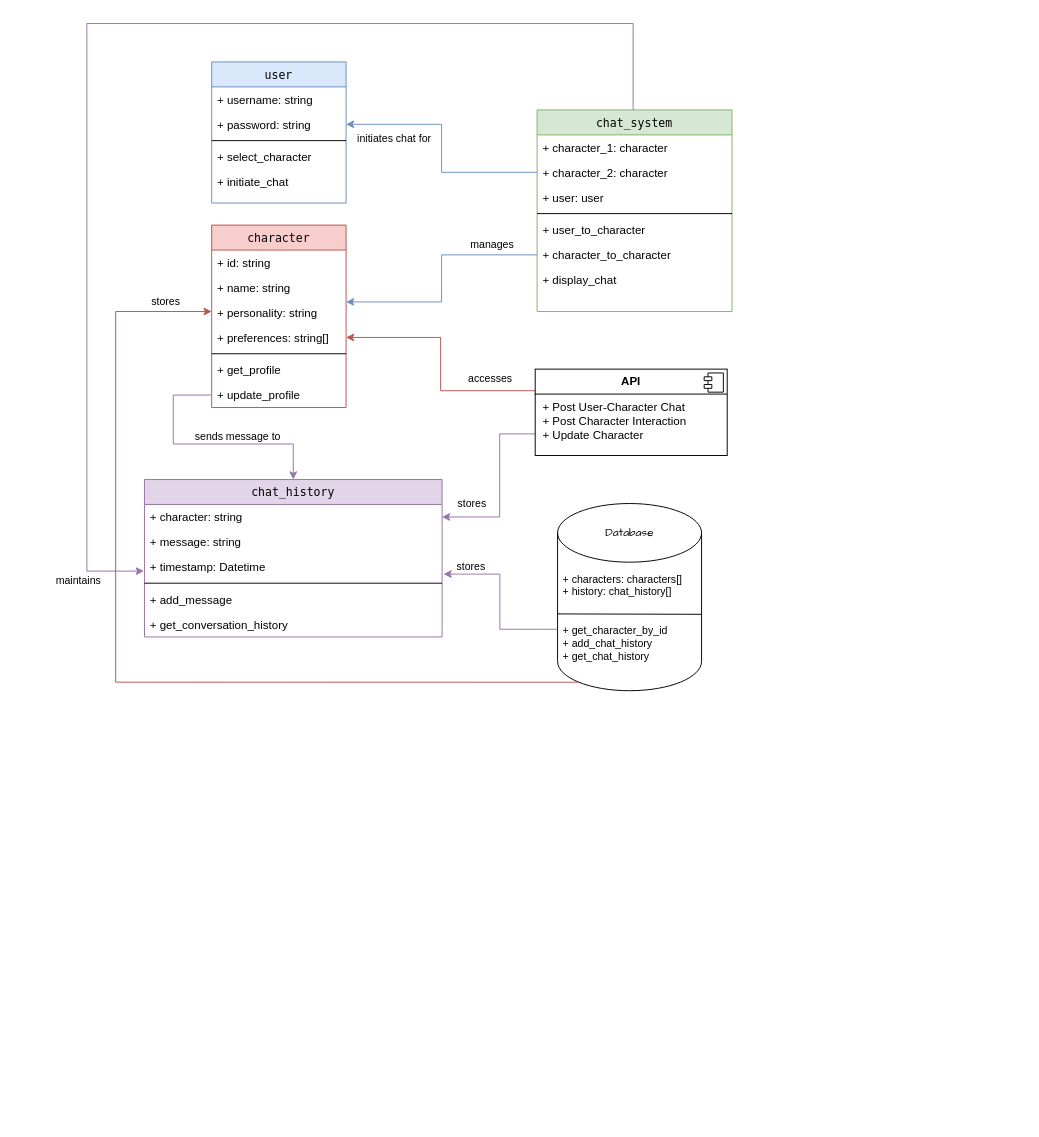
Above: Class diagram.drawio in aminnademi/AIrium (draw.io), before the change. Source tidied: cells renumbered, new cells numbered last; positions are measured from the earlier drawing's top-left corner, leaving out a move shared by most shapes. Both pictures are drawn from the tidied source at 96%, with x=0, y=0 at pixel (86, 23).
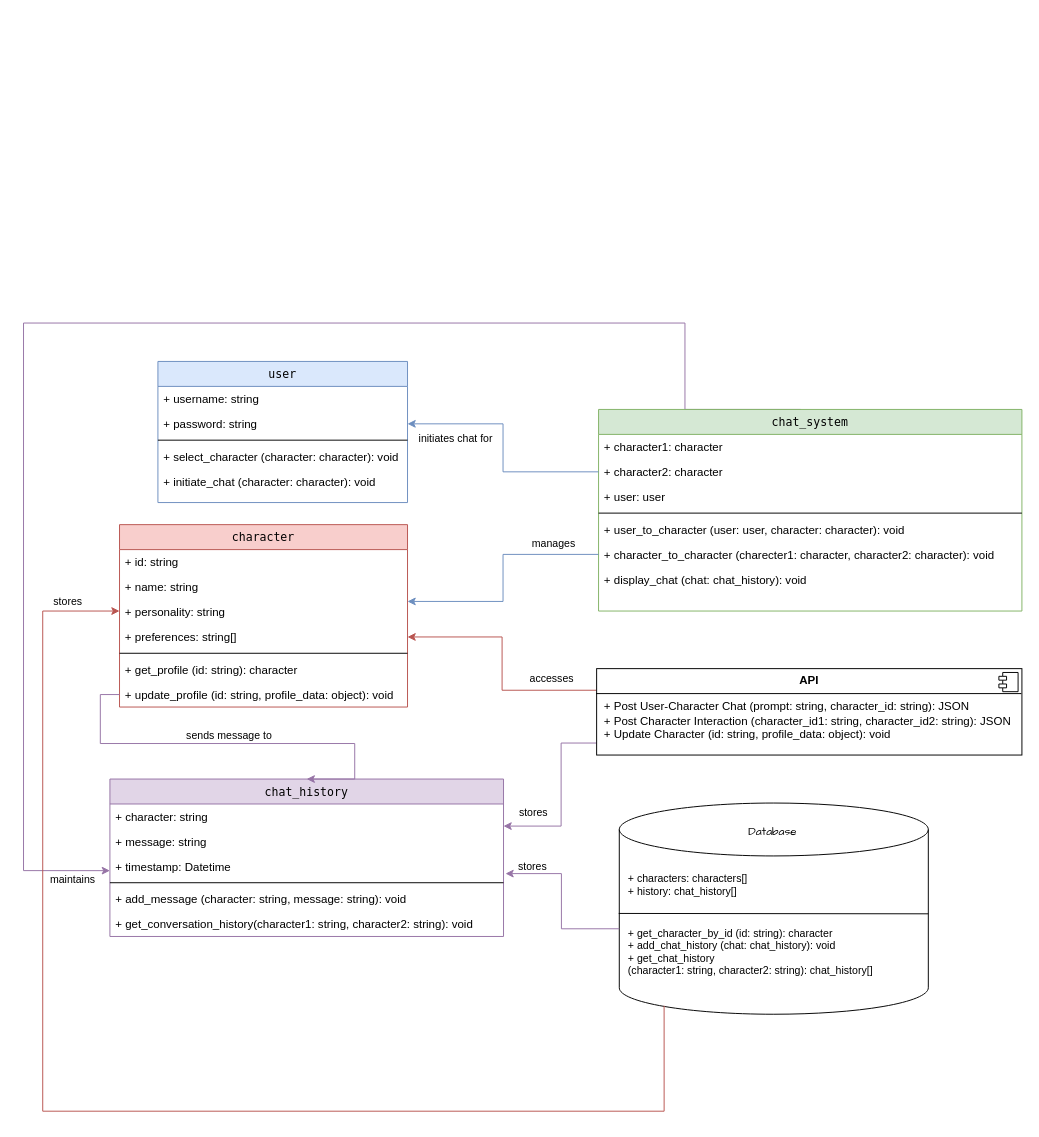
The same page after the edit.

Commit message:
Update & Add Possible Methods' Inputs/Outputs In Front of Them In Diagram

What changed in the source:
```diff
@@
     <mxCell id="2" value="user" style="swimlane;fontStyle=0;align=center;verticalAlign=top;horizontal=1;startSize=26;rounded=0;shadow=0;strokeWidth=1;fillColor=#dae8fc;strokeColor=#6c8ebf;fontFamily=Lucida Console;" parent="1" vertex="1">
-      <mxGeometry x="130" y="40" width="140" height="147" as="geometry" />
+      <mxGeometry x="74" y="352" width="260" height="147" as="geometry" />
     </mxCell>
     <mxCell id="3" value="+ username: string" style="text;align=left;verticalAlign=top;spacingLeft=4;spacingRight=4;overflow=hidden;" parent="2" vertex="1">
-      <mxGeometry y="26" width="140" height="26" as="geometry" />
+      <mxGeometry y="26" width="260" height="26" as="geometry" />
     </mxCell>
     <mxCell id="4" value="+ password: string" style="text;align=left;verticalAlign=top;spacingLeft=4;spacingRight=4;overflow=hidden;points=[[0,0.5],[1,0.5]];portConstraint=eastwest;rounded=0;shadow=0;html=0;" parent="2" vertex="1">
-      <mxGeometry y="52" width="140" height="26" as="geometry" />
+      <mxGeometry y="52" width="260" height="26" as="geometry" />
     </mxCell>
     <mxCell id="5" style="line;html=1;strokeWidth=1;align=left;verticalAlign=middle;spacingTop=-1;spacingLeft=3;spacingRight=3;labelPosition=right;" parent="2" vertex="1">
-      <mxGeometry y="78" width="140" height="8" as="geometry" />
+      <mxGeometry y="78" width="260" height="8" as="geometry" />
     </mxCell>
-    <mxCell id="6" value="+ select_character" style="text;align=left;verticalAlign=top;spacingLeft=4;spacingRight=4;overflow=hidden;" parent="2" vertex="1">
-      <mxGeometry y="86" width="140" height="26" as="geometry" />
+    <mxCell id="6" value="+ select_character (character: character): void" style="text;align=left;verticalAlign=top;spacingLeft=4;spacingRight=4;overflow=hidden;" parent="2" vertex="1">
+      <mxGeometry y="86" width="260" height="26" as="geometry" />
     </mxCell>
-    <mxCell id="7" value="+ initiate_chat" style="text;align=left;verticalAlign=top;spacingLeft=4;spacingRight=4;overflow=hidden;" parent="2" vertex="1">
-      <mxGeometry y="112" width="140" height="26" as="geometry" />
+    <mxCell id="7" value="+ initiate_chat (character: character): void" style="text;align=left;verticalAlign=top;spacingLeft=4;spacingRight=4;overflow=hidden;" parent="2" vertex="1">
+      <mxGeometry y="112" width="260" height="26" as="geometry" />
     </mxCell>
-    <mxCell id="8" value="maintains" style="edgeStyle=orthogonalEdgeStyle;rounded=0;jettySize=auto;html=1;exitX=0.5;exitY=0;exitDx=0;exitDy=0;entryX=-0.002;entryY=0.67;entryDx=0;entryDy=0;entryPerimeter=0;fillColor=#e1d5e7;strokeColor=#9673a6;" parent="1" edge="1" source="9" target="41">
-      <mxGeometry x="0.91" y="-14" relative="1" as="geometry">
+    <mxCell id="8" value="maintains" style="edgeStyle=orthogonalEdgeStyle;rounded=0;jettySize=auto;html=1;exitX=0.5;exitY=0;exitDx=0;exitDy=0;entryX=0;entryY=0.67;entryDx=0;entryDy=0;entryPerimeter=0;fillColor=#e1d5e7;strokeColor=#9673a6;" parent="1" edge="1" target="41">
+      <mxGeometry x="0.95" y="-10" relative="1" as="geometry">
+        <mxPoint x="743.5" y="402" as="sourcePoint" />
         <Array as="points">
-          <mxPoint x="569" />
-          <mxPoint />
-          <mxPoint y="570" />
+          <mxPoint x="623" y="402" />
+          <mxPoint x="623" y="312" />
+          <mxPoint x="-66" y="312" />
+          <mxPoint x="-66" y="882" />
         </Array>
-        <mxPoint x="-10" y="-4" as="offset" />
       </mxGeometry>
     </mxCell>
     <mxCell id="9" value="chat_system" style="swimlane;fontStyle=0;align=center;verticalAlign=top;horizontal=1;startSize=26;rounded=0;shadow=0;strokeWidth=1;fillColor=#d5e8d4;strokeColor=#82b366;fontFamily=Lucida Console;" parent="1" vertex="1">
-      <mxGeometry x="469" y="90" width="203" height="210" as="geometry" />
+      <mxGeometry x="533" y="402" width="441" height="210" as="geometry" />
     </mxCell>
-    <mxCell id="10" value="+ character_1: character" style="text;align=left;verticalAlign=top;spacingLeft=4;spacingRight=4;overflow=hidden;" parent="9" vertex="1">
-      <mxGeometry y="26" width="203" height="26" as="geometry" />
+    <mxCell id="10" value="+ character1: character" style="text;align=left;verticalAlign=top;spacingLeft=4;spacingRight=4;overflow=hidden;" parent="9" vertex="1">
+      <mxGeometry y="26" width="441" height="26" as="geometry" />
     </mxCell>
-    <mxCell id="11" value="+ character_2: character" style="text;align=left;verticalAlign=top;spacingLeft=4;spacingRight=4;overflow=hidden;points=[[0,0.5],[1,0.5]];portConstraint=eastwest;rounded=0;shadow=0;html=0;" parent="9" vertex="1">
-      <mxGeometry y="52" width="203" height="26" as="geometry" />
+    <mxCell id="11" value="+ character2: character" style="text;align=left;verticalAlign=top;spacingLeft=4;spacingRight=4;overflow=hidden;points=[[0,0.5],[1,0.5]];portConstraint=eastwest;rounded=0;shadow=0;html=0;" parent="9" vertex="1">
+      <mxGeometry y="52" width="441" height="26" as="geometry" />
     </mxCell>
     <mxCell id="12" value="+ user: user" style="text;align=left;verticalAlign=top;spacingLeft=4;spacingRight=4;overflow=hidden;rounded=0;shadow=0;html=0;" parent="9" vertex="1">
-      <mxGeometry y="78" width="203" height="26" as="geometry" />
+      <mxGeometry y="78" width="441" height="26" as="geometry" />
     </mxCell>
     <mxCell id="13" style="line;html=1;strokeWidth=1;align=left;verticalAlign=middle;spacingTop=-1;spacingLeft=3;spacingRight=3;labelPosition=right;" parent="9" vertex="1">
-      <mxGeometry y="104" width="203" height="8" as="geometry" />
+      <mxGeometry y="104" width="441" height="8" as="geometry" />
     </mxCell>
-    <mxCell id="14" value="+ user_to_character" style="text;align=left;verticalAlign=top;spacingLeft=4;spacingRight=4;overflow=hidden;" parent="9" vertex="1">
-      <mxGeometry y="112" width="203" height="26" as="geometry" />
+    <mxCell id="14" value="+ user_to_character (user: user, character: character): void" style="text;align=left;verticalAlign=top;spacingLeft=4;spacingRight=4;overflow=hidden;" parent="9" vertex="1">
+      <mxGeometry y="112" width="441" height="26" as="geometry" />
     </mxCell>
-    <mxCell id="15" value="+ character_to_character" style="text;align=left;verticalAlign=top;spacingLeft=4;spacingRight=4;overflow=hidden;points=[[0,0.5],[1,0.5]];portConstraint=eastwest;" parent="9" vertex="1">
-      <mxGeometry y="138" width="203" height="26" as="geometry" />
+    <mxCell id="15" value="+ character_to_character (charecter1: character, character2: character): void" style="text;align=left;verticalAlign=top;spacingLeft=4;spacingRight=4;overflow=hidden;points=[[0,0.5],[1,0.5]];portConstraint=eastwest;" parent="9" vertex="1">
+      <mxGeometry y="138" width="441" height="26" as="geometry" />
     </mxCell>
-    <mxCell id="16" value="+ display_chat" style="text;align=left;verticalAlign=top;spacingLeft=4;spacingRight=4;overflow=hidden;" parent="9" vertex="1">
-      <mxGeometry y="164" width="203" height="26" as="geometry" />
+    <mxCell id="16" value="+ display_chat (chat: chat_history): void" style="text;align=left;verticalAlign=top;spacingLeft=4;spacingRight=4;overflow=hidden;" parent="9" vertex="1">
+      <mxGeometry y="164" width="441" height="26" as="geometry" />
     </mxCell>
     <mxCell id="17" value="character" style="swimlane;fontStyle=0;align=center;verticalAlign=top;horizontal=1;startSize=26;rounded=0;shadow=0;strokeWidth=1;fillColor=#f8cecc;strokeColor=#b85450;fontFamily=Lucida Console;" parent="1" vertex="1">
-      <mxGeometry x="130" y="210" width="140" height="190" as="geometry" />
+      <mxGeometry x="34" y="522" width="300" height="190" as="geometry" />
     </mxCell>
     <mxCell id="18" value="+ id: string" style="text;align=left;verticalAlign=top;spacingLeft=4;spacingRight=4;overflow=hidden;" parent="17" vertex="1">
-      <mxGeometry y="26" width="140" height="26" as="geometry" />
+      <mxGeometry y="26" width="300" height="26" as="geometry" />
     </mxCell>
     <mxCell id="19" value="+ name: string" style="text;align=left;verticalAlign=top;spacingLeft=4;spacingRight=4;overflow=hidden;" parent="17" vertex="1">
-      <mxGeometry y="52" width="140" height="26" as="geometry" />
+      <mxGeometry y="52" width="300" height="26" as="geometry" />
     </mxCell>
     <mxCell id="20" value="+ personality: string" style="text;align=left;verticalAlign=top;spacingLeft=4;spacingRight=4;overflow=hidden;points=[[0,0.5],[1,0.5]];portConstraint=eastwest;rounded=0;shadow=0;html=0;" parent="17" vertex="1">
-      <mxGeometry y="78" width="140" height="26" as="geometry" />
+      <mxGeometry y="78" width="300" height="26" as="geometry" />
     </mxCell>
     <mxCell id="21" value="+ preferences: string[]" style="text;align=left;verticalAlign=top;spacingLeft=4;spacingRight=4;overflow=hidden;points=[[0,0.5],[1,0.5]];portConstraint=eastwest;" parent="17" vertex="1">
-      <mxGeometry y="104" width="140" height="26" as="geometry" />
+      <mxGeometry y="104" width="300" height="26" as="geometry" />
     </mxCell>
     <mxCell id="22" style="line;html=1;strokeWidth=1;align=left;verticalAlign=middle;spacingTop=-1;spacingLeft=3;spacingRight=3;labelPosition=right;" parent="17" vertex="1">
-      <mxGeometry y="130" width="140" height="8" as="geometry" />
+      <mxGeometry y="130" width="300" height="8" as="geometry" />
     </mxCell>
-    <mxCell id="23" value="+ get_profile" style="text;align=left;verticalAlign=top;spacingLeft=4;spacingRight=4;overflow=hidden;" parent="17" vertex="1">
-      <mxGeometry y="138" width="140" height="26" as="geometry" />
+    <mxCell id="23" value="+ get_profile (id: string): character" style="text;align=left;verticalAlign=top;spacingLeft=4;spacingRight=4;overflow=hidden;" parent="17" vertex="1">
+      <mxGeometry y="138" width="300" height="26" as="geometry" />
     </mxCell>
-    <mxCell id="24" value="+ update_profile" style="text;align=left;verticalAlign=top;spacingLeft=4;spacingRight=4;overflow=hidden;points=[[0,0.5],[1,0.5]];portConstraint=eastwest;rounded=0;shadow=0;html=0;" parent="17" vertex="1">
-      <mxGeometry y="164" width="140" height="26" as="geometry" />
+    <mxCell id="24" value="+ update_profile (id: string, profile_data: object): void" style="text;align=left;verticalAlign=top;spacingLeft=4;spacingRight=4;overflow=hidden;points=[[0,0.5],[1,0.5]];portConstraint=eastwest;rounded=0;shadow=0;html=0;" parent="17" vertex="1">
+      <mxGeometry y="164" width="300" height="26" as="geometry" />
     </mxCell>
@@
-    <mxCell id="28" value="stores" style="edgeStyle=orthogonalEdgeStyle;rounded=0;jettySize=auto;html=1;exitX=0;exitY=0.75;exitDx=0;exitDy=0;entryX=1;entryY=0.5;entryDx=0;entryDy=0;fillColor=#e1d5e7;strokeColor=#9673a6;" parent="1" edge="1" source="29" target="39">
+    <mxCell id="28" value="stores" style="edgeStyle=orthogonalEdgeStyle;rounded=0;orthogonalLoop=1;jettySize=auto;html=1;exitX=0;exitY=0.75;exitDx=0;exitDy=0;entryX=1;entryY=0.5;entryDx=0;entryDy=0;fillColor=#e1d5e7;strokeColor=#9673a6;" parent="1" edge="1">
       <mxGeometry x="0.67" y="-14" relative="1" as="geometry">
+        <mxPoint x="531" y="749.5" as="sourcePoint" />
+        <mxPoint x="434" y="836" as="targetPoint" />
         <Array as="points">
-          <mxPoint x="430" y="428" />
-          <mxPoint x="430" y="514" />
+          <mxPoint x="494" y="750" />
+          <mxPoint x="494" y="836" />
         </Array>
       </mxGeometry>
     </mxCell>
-    <mxCell id="29" value="&lt;p style=&quot;margin:0px;margin-top:6px;text-align:center;&quot;&gt;&lt;b&gt;API&lt;/b&gt;&lt;/p&gt;&lt;hr size=&quot;1&quot; style=&quot;border-style:solid;&quot;&gt;&lt;p style=&quot;margin:0px;margin-left:8px;&quot;&gt;+ Post User-Character Chat&lt;br&gt;+ Post Character Interaction&lt;/p&gt;&lt;p style=&quot;margin:0px;margin-left:8px;&quot;&gt;+ Update Character&lt;/p&gt;" style="align=left;overflow=fill;html=1;whiteSpace=wrap;" parent="1" vertex="1">
-      <mxGeometry x="467" y="360" width="200" height="90" as="geometry" />
+    <mxCell id="29" value="&lt;p style=&quot;margin:0px;margin-top:6px;text-align:center;&quot;&gt;&lt;b&gt;API&lt;/b&gt;&lt;/p&gt;&lt;hr size=&quot;1&quot; style=&quot;border-style:solid;&quot;&gt;&lt;p style=&quot;margin:0px;margin-left:8px;&quot;&gt;+ Post User-Character Chat (prompt: string, character_id: string): JSON&lt;br&gt;+ Post Character Interaction (character_id1: string, character_id2: string): JSON&lt;/p&gt;&lt;p style=&quot;margin:0px;margin-left:8px;&quot;&gt;+ Update Character (id: string, profile_data: object): void&lt;/p&gt;" style="align=left;overflow=fill;html=1;whiteSpace=wrap;" parent="1" vertex="1">
+      <mxGeometry x="531" y="672" width="443" height="90" as="geometry" />
     </mxCell>
@@
     <mxCell id="31" style="group;" parent="1" vertex="1">
-      <mxGeometry x="490" y="500" width="153.8" height="195" as="geometry" />
+      <mxGeometry x="554" y="812" width="378.2" height="330" as="geometry" />
     </mxCell>
-    <mxCell id="32" style="shape=cylinder3;whiteSpace=wrap;html=1;boundedLbl=1;backgroundOutline=1;size=30.56058756510413;" parent="31" vertex="1">
-      <mxGeometry x="0.3" width="150" height="195" as="geometry" />
+    <mxCell id="32" style="shape=cylinder3;whiteSpace=wrap;html=1;boundedLbl=1;backgroundOutline=1;size=27.55560302734375;" parent="31" vertex="1">
+      <mxGeometry x="0.6" width="321.9" height="220" as="geometry" />
     </mxCell>
     <mxCell id="33" value="&lt;font face=&quot;Comic Sans MS&quot;&gt;Database&lt;/font&gt;" style="text;html=1;align=center;verticalAlign=middle;strokeColor=none;fillColor=none;" parent="31" vertex="1">
-      <mxGeometry x="35.3" y="15" width="80" height="30" as="geometry" />
+      <mxGeometry x="120" y="15" width="80" height="30" as="geometry" />
     </mxCell>
     <mxCell id="34" style="endArrow=none;html=1;rounded=0;entryX=0;entryY=0.5;entryDx=0;entryDy=0;entryPerimeter=0;exitX=1.002;exitY=0.59;exitDx=0;exitDy=0;exitPerimeter=0;" parent="31" edge="1">
       <mxGeometry relative="1" as="geometry">
-        <mxPoint x="150.3" y="115.4" as="sourcePoint" />
+        <mxPoint x="322.5" y="115.4" as="sourcePoint" />
         <mxPoint y="115" as="targetPoint" />
       </mxGeometry>
     </mxCell>
     <mxCell id="35" value="&lt;font style=&quot;font-size: 11px;&quot;&gt;+ characters: characters[]&lt;/font&gt;&lt;div style=&quot;font-size: 11px;&quot;&gt;&lt;font style=&quot;font-size: 11px;&quot;&gt;+ history: chat_history[]&lt;/font&gt;&lt;/div&gt;" style="text;html=1;align=left;verticalAlign=middle;strokeColor=none;fillColor=none;" parent="31" vertex="1">
-      <mxGeometry x="3.8" y="65" width="150" height="40" as="geometry" />
+      <mxGeometry x="8.2" y="65" width="150" height="40" as="geometry" />
     </mxCell>
-    <mxCell id="36" value="&lt;font style=&quot;font-size: 11px;&quot;&gt;+ get_character_by_id&lt;/font&gt;&lt;div style=&quot;font-size: 11px;&quot;&gt;&lt;font style=&quot;font-size: 11px;&quot;&gt;+ add_chat_history&lt;/font&gt;&lt;/div&gt;&lt;div style=&quot;font-size: 11px;&quot;&gt;&lt;font style=&quot;font-size: 11px;&quot;&gt;+ get_chat_history&lt;/font&gt;&lt;/div&gt;" style="text;html=1;align=left;verticalAlign=middle;strokeColor=none;fillColor=none;" parent="31" vertex="1">
-      <mxGeometry x="3.8" y="120" width="130" height="50" as="geometry" />
+    <mxCell id="36" value="&lt;font style=&quot;font-size: 11px;&quot;&gt;+ get_character_by_id (id: string): character&lt;/font&gt;&lt;div style=&quot;font-size: 11px;&quot;&gt;&lt;font style=&quot;font-size: 11px;&quot;&gt;+ add_chat_history (chat: chat_history): void&lt;/font&gt;&lt;/div&gt;&lt;div style=&quot;font-size: 11px;&quot;&gt;&lt;font style=&quot;font-size: 11px;&quot;&gt;+ get_chat_history&amp;nbsp;&lt;/font&gt;&lt;/div&gt;&lt;div style=&quot;font-size: 11px;&quot;&gt;&lt;font style=&quot;font-size: 11px;&quot;&gt;(character1: string, character2: string): chat_history[]&lt;/font&gt;&lt;/div&gt;" style="text;html=1;align=left;verticalAlign=middle;strokeColor=none;fillColor=none;" parent="31" vertex="1">
+      <mxGeometry x="8.2" y="120" width="280" height="70" as="geometry" />
     </mxCell>
-    <mxCell id="37" style="edgeStyle=orthogonalEdgeStyle;rounded=0;orthogonalLoop=1;jettySize=auto;html=1;exitX=0.5;exitY=1;exitDx=0;exitDy=0;exitPerimeter=0;" parent="31" edge="1" source="32" target="32">
-      <mxGeometry relative="1" as="geometry" />
-    </mxCell>
     <mxCell id="38" value="chat_history" style="swimlane;fontStyle=0;align=center;verticalAlign=top;horizontal=1;startSize=26;rounded=0;shadow=0;strokeWidth=1;fillColor=#e1d5e7;strokeColor=#9673a6;fontFamily=Lucida Console;" parent="1" vertex="1">
-      <mxGeometry x="60" y="475" width="310" height="164" as="geometry" />
+      <mxGeometry x="24" y="787" width="410" height="164" as="geometry" />
     </mxCell>
     <mxCell id="39" value="+ character: string" style="text;align=left;verticalAlign=top;spacingLeft=4;spacingRight=4;overflow=hidden;points=[[0,0.5],[1,0.5]];portConstraint=eastwest;" parent="38" vertex="1">
-      <mxGeometry y="26" width="310" height="26" as="geometry" />
+      <mxGeometry y="26" width="410" height="26" as="geometry" />
     </mxCell>
     <mxCell id="40" value="+ message: string" style="text;align=left;verticalAlign=top;spacingLeft=4;spacingRight=4;overflow=hidden;rounded=0;shadow=0;html=0;" parent="38" vertex="1">
-      <mxGeometry y="52" width="310" height="26" as="geometry" />
+      <mxGeometry y="52" width="410" height="26" as="geometry" />
     </mxCell>
     <mxCell id="41" value="+ timestamp: Datetime" style="text;align=left;verticalAlign=top;spacingLeft=4;spacingRight=4;overflow=hidden;points=[[0,0.5],[1,0.5]];portConstraint=eastwest;rounded=0;shadow=0;html=0;" parent="38" vertex="1">
-      <mxGeometry y="78" width="310" height="26" as="geometry" />
+      <mxGeometry y="78" width="410" height="26" as="geometry" />
     </mxCell>
     <mxCell id="42" style="line;html=1;strokeWidth=1;align=left;verticalAlign=middle;spacingTop=-1;spacingLeft=3;spacingRight=3;labelPosition=right;" parent="38" vertex="1">
-      <mxGeometry y="104" width="310" height="8" as="geometry" />
+      <mxGeometry y="104" width="410" height="8" as="geometry" />
     </mxCell>
-    <mxCell id="43" value="+ add_message" style="text;align=left;verticalAlign=top;spacingLeft=4;spacingRight=4;overflow=hidden;" parent="38" vertex="1">
-      <mxGeometry y="112" width="310" height="26" as="geometry" />
+    <mxCell id="43" value="+ add_message (character: string, message: string): void" style="text;align=left;verticalAlign=top;spacingLeft=4;spacingRight=4;overflow=hidden;" parent="38" vertex="1">
+      <mxGeometry y="112" width="410" height="26" as="geometry" />
     </mxCell>
-    <mxCell id="44" value="+ get_conversation_history" style="text;align=left;verticalAlign=top;spacingLeft=4;spacingRight=4;overflow=hidden;" parent="38" vertex="1">
-      <mxGeometry y="138" width="310" height="26" as="geometry" />
+    <mxCell id="44" value="+ get_conversation_history(character1: string, character2: string): void" style="text;align=left;verticalAlign=top;spacingLeft=4;spacingRight=4;overflow=hidden;" parent="38" vertex="1">
+      <mxGeometry y="138" width="410" height="26" as="geometry" />
     </mxCell>
     <mxCell id="45" value="sends message to" style="edgeStyle=orthogonalEdgeStyle;rounded=0;jettySize=auto;html=1;exitX=0;exitY=0.5;exitDx=0;exitDy=0;entryX=0.5;entryY=0;entryDx=0;entryDy=0;fillColor=#e1d5e7;strokeColor=#9673a6;" parent="1" edge="1" source="24" target="38">
-      <mxGeometry x="0.25" y="8" relative="1" as="geometry">
+      <mxGeometry x="-0.03" y="8" relative="1" as="geometry">
         <Array as="points">
-          <mxPoint x="90" y="387" />
-          <mxPoint x="90" y="438" />
-          <mxPoint x="215" y="438" />
+          <mxPoint x="14" y="699" />
+          <mxPoint x="14" y="750" />
+          <mxPoint x="279" y="750" />
         </Array>
       </mxGeometry>
     </mxCell>
@@
     <mxCell id="47" value="stores" style="edgeStyle=orthogonalEdgeStyle;rounded=0;jettySize=auto;html=1;exitX=0.145;exitY=1;exitDx=0;exitDy=-8.862570393880196;exitPerimeter=0;fillColor=#f8cecc;strokeColor=#b85450;" parent="1" edge="1" source="32">
-      <mxGeometry x="0.9" y="10" relative="1" as="geometry">
-        <mxPoint x="130" y="300" as="targetPoint" />
+      <mxGeometry x="0.92" y="10" relative="1" as="geometry">
+        <mxPoint x="34" y="612" as="targetPoint" />
         <Array as="points">
-          <mxPoint x="30" y="686" />
-          <mxPoint x="30" y="300" />
+          <mxPoint x="-46" y="1133" />
+          <mxPoint x="-46" y="612" />
         </Array>
       </mxGeometry>
     </mxCell>
```
